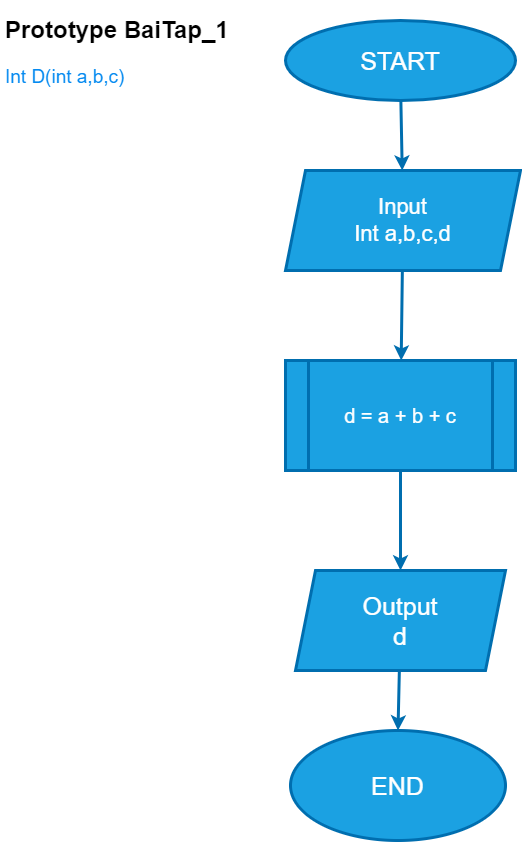
The draw.io diagram Lab_1/Bai_1/FlowBai_1_1.drawio.png in MinkWungNe/NLNNLT, before a commit. Source tidied: cells renumbered, new cells last; positions are measured from the earlier drawing's top-left corner, leaving out a move shared by most shapes.
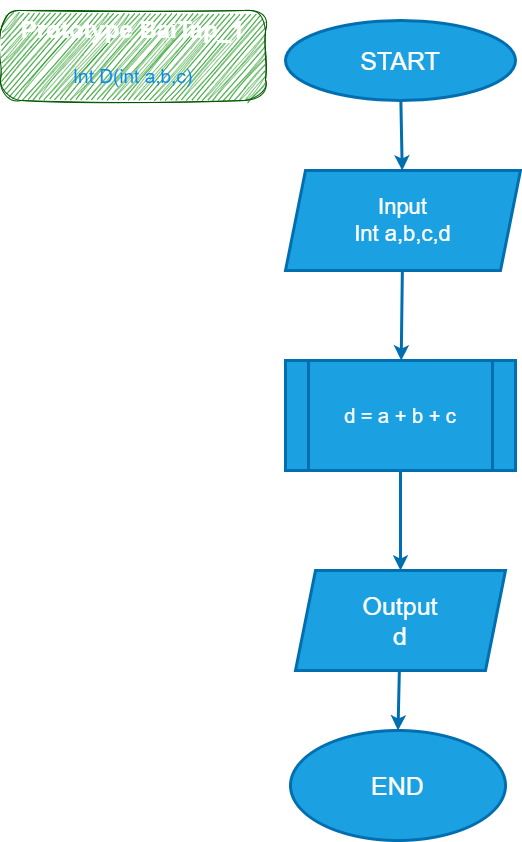
After the change.

Diff of the diagram source:
```diff
@@ -29,8 +29,8 @@
     <mxCell id="10" value="END" style="ellipse;whiteSpace=wrap;html=1;fontSize=25;fillColor=#1ba1e2;fontColor=#ffffff;strokeColor=#006EAF;strokeWidth=3;" parent="1" vertex="1">
       <mxGeometry x="290" y="720" width="215" height="110" as="geometry" />
     </mxCell>
-    <mxCell id="11" value="&lt;h1&gt;&lt;span style=&quot;background-color: initial;&quot;&gt;Prototype BaiTap_1&lt;/span&gt;&lt;/h1&gt;&lt;h1&gt;&lt;span style=&quot;font-weight: 400;&quot;&gt;&lt;font color=&quot;#058af0&quot; style=&quot;font-size: 19px;&quot;&gt;Int D(int a,b,c)&lt;/font&gt;&lt;/span&gt;&lt;/h1&gt;" style="text;html=1;strokeColor=none;fillColor=none;spacing=5;spacingTop=-20;whiteSpace=wrap;overflow=hidden;rounded=0;" parent="1" vertex="1">
-      <mxGeometry width="290" height="90" as="geometry" />
+    <mxCell id="11" value="&lt;h1&gt;&lt;span style=&quot;background-color: initial;&quot;&gt;Prototype BaiTap_1&lt;/span&gt;&lt;/h1&gt;&lt;h1&gt;&lt;span style=&quot;font-weight: 400;&quot;&gt;&lt;font color=&quot;#058af0&quot; style=&quot;font-size: 19px;&quot;&gt;Int D(int a,b,c)&lt;/font&gt;&lt;/span&gt;&lt;/h1&gt;" style="text;html=1;strokeColor=#005700;fillColor=#008a00;spacing=5;spacingTop=-20;whiteSpace=wrap;overflow=hidden;rounded=1;glass=0;fontColor=#ffffff;sketch=1;curveFitting=1;jiggle=2;shadow=0;arcSize=23;align=center;" parent="1" vertex="1">
+      <mxGeometry width="265" height="90" as="geometry" />
     </mxCell>
   </root>
 </mxGraphModel>
```
